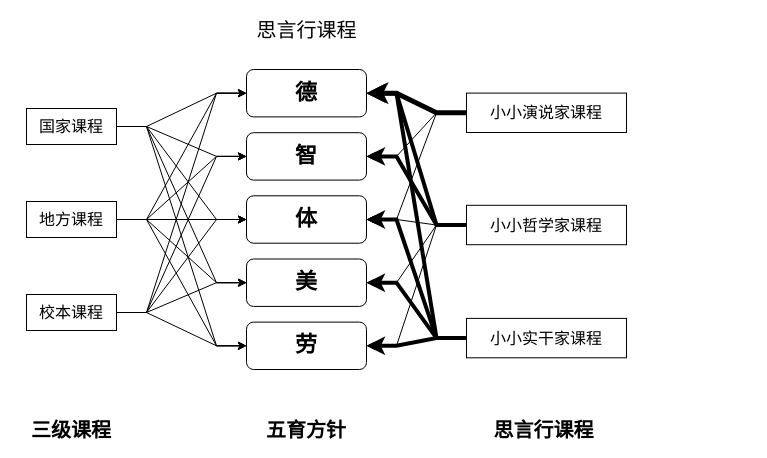
cmldyu/bourdieu.github.io keeps this draw.io diagram as 未命名表单.drawio. Above is the earlier version. Source tidied: cells renumbered, new cells numbered last; positions are measured from the earlier drawing's top-left corner, leaving out a move shared by most shapes. Both pictures are drawn from the tidied source at 100%, with x=0, y=0 at pixel (17, 19).
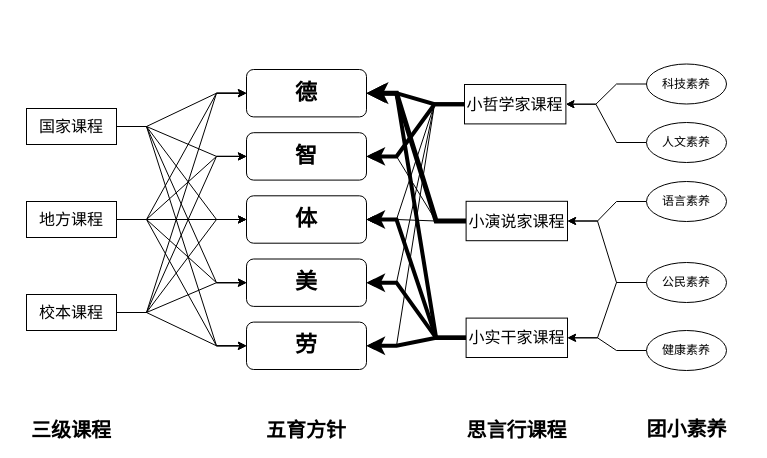
Above is the later version.

Commit message:
更新未命名表单.drawio

What changed in the source:
```diff
@@
-    <mxCell id="33" style="group;" parent="1" vertex="1">
-      <mxGeometry x="449" y="73.6" width="160" height="264.7" as="geometry" />
-    </mxCell>
-    <mxCell id="34" value="小小哲学家课程" style="rounded=0;whiteSpace=wrap;html=1;fontSize=16;flipV=1;" parent="33" vertex="1">
-      <mxGeometry y="112.2" width="160" height="39.4" as="geometry" />
-    </mxCell>
-    <mxCell id="35" value="小小演说家课程" style="rounded=0;whiteSpace=wrap;html=1;fontSize=16;flipV=1;" parent="33" vertex="1">
-      <mxGeometry width="160" height="39.4" as="geometry" />
-    </mxCell>
-    <mxCell id="36" value="小小实干家课程" style="rounded=0;whiteSpace=wrap;html=1;fontSize=16;flipV=1;" parent="33" vertex="1">
-      <mxGeometry y="225.3" width="160" height="39.4" as="geometry" />
-    </mxCell>
@@
     <mxCell id="39" value="思言行课程" style="text;html=1;strokeColor=none;fillColor=none;align=center;verticalAlign=middle;whiteSpace=wrap;rounded=0;fontSize=20;fontStyle=1;" parent="1" vertex="1">
-      <mxGeometry x="470" y="400" width="113" height="20" as="geometry" />
+      <mxGeometry x="443" y="400" width="113" height="20" as="geometry" />
     </mxCell>
-    <mxCell id="40" value="思言行课程" style="text;html=1;strokeColor=none;fillColor=none;align=center;verticalAlign=middle;whiteSpace=wrap;rounded=0;fontSize=20;" parent="1" vertex="1">
-      <mxGeometry x="198.5" width="181" height="20" as="geometry" />
-    </mxCell>
@@
+    <mxCell id="47" style="group;" parent="1" vertex="1">
+      <mxGeometry x="447" y="65" width="103" height="273" as="geometry" />
+    </mxCell>
+    <mxCell id="33" style="group;" parent="47" vertex="1">
+      <mxGeometry x="1.6" y="8.3" width="101.4" height="264.7" as="geometry" />
+    </mxCell>
+    <mxCell id="48" style="group;" parent="33" vertex="1">
+      <mxGeometry y="108.5" width="101.4" height="156.2" as="geometry" />
+    </mxCell>
+    <mxCell id="35" value="小演说家课程" style="rounded=0;whiteSpace=wrap;html=1;fontSize=16;flipV=1;" parent="48" vertex="1">
+      <mxGeometry width="101.4" height="39.4" as="geometry" />
+    </mxCell>
+    <mxCell id="36" value="小实干家课程" style="rounded=0;whiteSpace=wrap;html=1;fontSize=16;flipV=1;" parent="48" vertex="1">
+      <mxGeometry y="116.8" width="101.4" height="39.4" as="geometry" />
+    </mxCell>
+    <mxCell id="34" value="小哲学家课程" style="rounded=0;whiteSpace=wrap;html=1;fontSize=16;flipV=1;" parent="47" vertex="1">
+      <mxGeometry width="101.4" height="39.4" as="geometry" />
+    </mxCell>
+    <mxCell id="49" style="edgeStyle=entityRelationEdgeStyle;rounded=0;jettySize=auto;html=1;" parent="1" edge="1" source="50" target="34">
+      <mxGeometry relative="1" as="geometry" />
+    </mxCell>
+    <mxCell id="50" value="人文素养" style="ellipse;whiteSpace=wrap;html=1;" parent="1" vertex="1">
+      <mxGeometry x="629" y="103" width="80" height="40" as="geometry" />
+    </mxCell>
+    <mxCell id="51" style="edgeStyle=entityRelationEdgeStyle;rounded=0;jettySize=auto;html=1;" parent="1" edge="1" source="52" target="34">
+      <mxGeometry relative="1" as="geometry" />
+    </mxCell>
+    <mxCell id="52" value="科技素养" style="ellipse;whiteSpace=wrap;html=1;" parent="1" vertex="1">
+      <mxGeometry x="629" y="44.5" width="80" height="40" as="geometry" />
+    </mxCell>
+    <mxCell id="53" style="edgeStyle=entityRelationEdgeStyle;rounded=0;jettySize=auto;html=1;" parent="1" edge="1" source="55" target="36">
+      <mxGeometry relative="1" as="geometry" />
+    </mxCell>
+    <mxCell id="54" style="edgeStyle=entityRelationEdgeStyle;rounded=0;jettySize=auto;html=1;" parent="1" edge="1" source="55" target="35">
+      <mxGeometry relative="1" as="geometry" />
+    </mxCell>
+    <mxCell id="55" value="公民素养" style="ellipse;whiteSpace=wrap;html=1;" parent="1" vertex="1">
+      <mxGeometry x="629" y="243" width="80" height="40" as="geometry" />
+    </mxCell>
+    <mxCell id="56" style="edgeStyle=entityRelationEdgeStyle;rounded=0;jettySize=auto;html=1;" parent="1" edge="1" source="57" target="36">
+      <mxGeometry relative="1" as="geometry" />
+    </mxCell>
+    <mxCell id="57" value="健康素养" style="ellipse;whiteSpace=wrap;html=1;" parent="1" vertex="1">
+      <mxGeometry x="629" y="311" width="80" height="40" as="geometry" />
+    </mxCell>
+    <mxCell id="58" style="edgeStyle=entityRelationEdgeStyle;rounded=0;jettySize=auto;html=1;" parent="1" edge="1" source="59" target="35">
+      <mxGeometry relative="1" as="geometry" />
+    </mxCell>
+    <mxCell id="59" value="语言素养" style="ellipse;whiteSpace=wrap;html=1;" parent="1" vertex="1">
+      <mxGeometry x="629" y="162" width="80" height="40" as="geometry" />
+    </mxCell>
+    <mxCell id="60" value="团小素养" style="text;html=1;strokeColor=none;fillColor=none;align=center;verticalAlign=middle;whiteSpace=wrap;rounded=0;fontSize=20;fontStyle=1;" parent="1" vertex="1">
+      <mxGeometry x="605.5" y="399" width="127" height="20" as="geometry" />
+    </mxCell>
```
